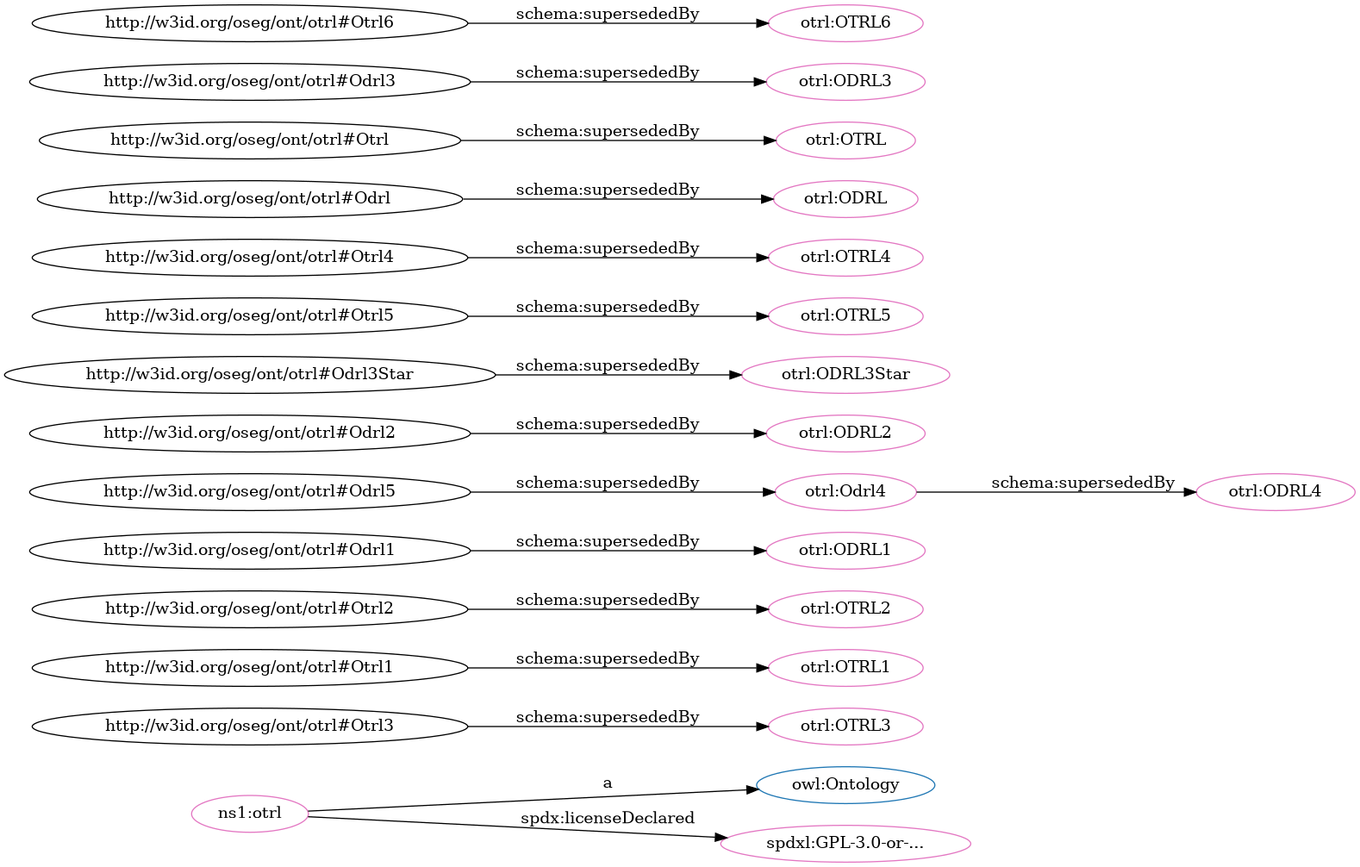
iop-alliance/OpenKnowHow keeps this Graphviz diagram as src/spec/dot_otrl_deprecated.png. Above is the earlier version. Its source is kept beside it as src/spec/dot_otrl_deprecated.dot.
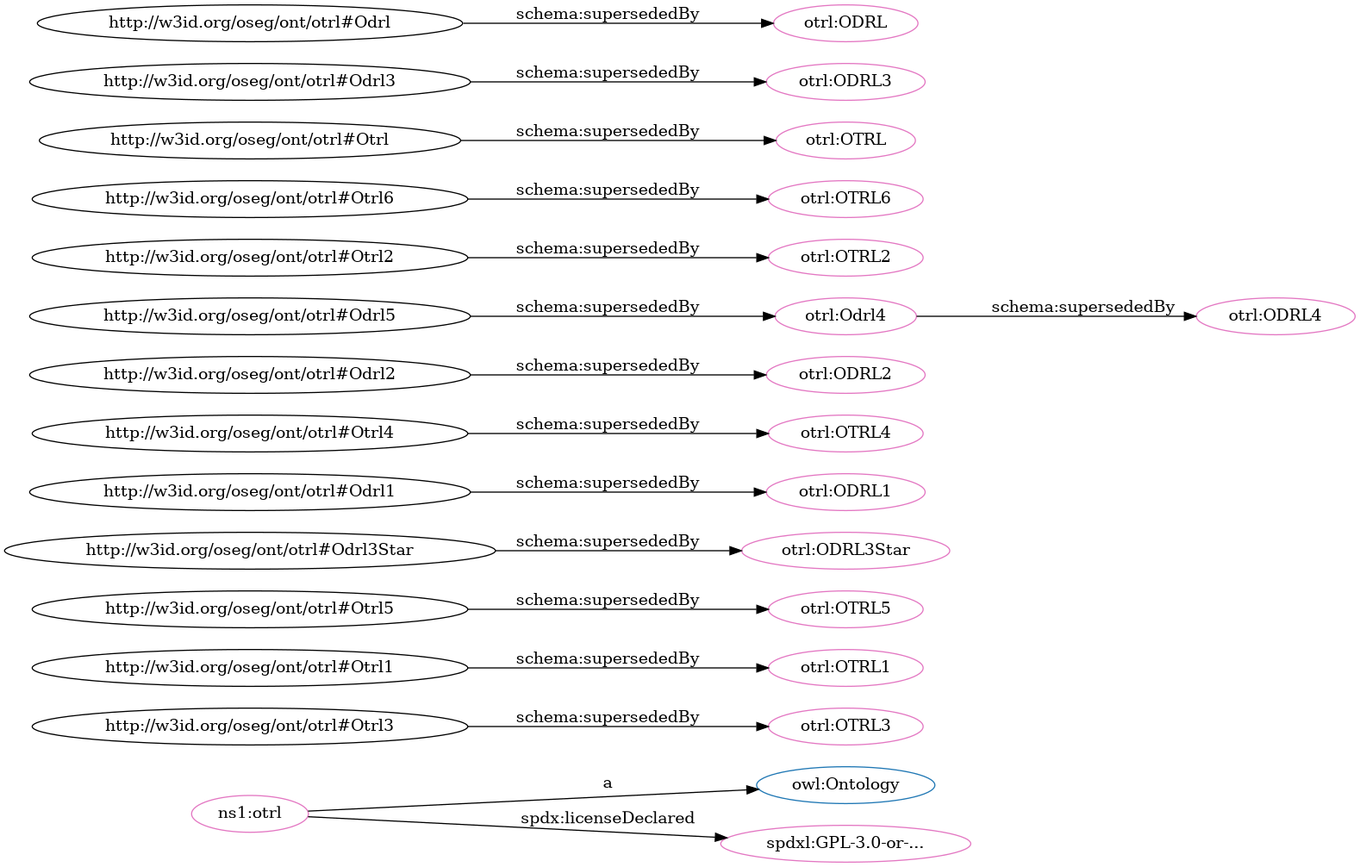
After the commit.

What changed in the source:
```diff
@@ -5,33 +5,33 @@
 "http://spdx.org/licenses/GPL-3.0-or-later" [fillcolor="#e377c2" color="#e377c2" label="spdxl:GPL-3.0-or-..."]
 "http://w3id.org/oseg/ont/otrl#OTRL3" [fillcolor="#e377c2" color="#e377c2" label="otrl:OTRL3"]
 "http://w3id.org/oseg/ont/otrl#OTRL1" [fillcolor="#e377c2" color="#e377c2" label="otrl:OTRL1"]
+"http://w3id.org/oseg/ont/otrl#OTRL5" [fillcolor="#e377c2" color="#e377c2" label="otrl:OTRL5"]
+"http://w3id.org/oseg/ont/otrl#ODRL3Star" [fillcolor="#e377c2" color="#e377c2" label="otrl:ODRL3Star"]
+"http://w3id.org/oseg/ont/otrl#ODRL1" [fillcolor="#e377c2" color="#e377c2" label="otrl:ODRL1"]
+"http://w3id.org/oseg/ont/otrl#OTRL4" [fillcolor="#e377c2" color="#e377c2" label="otrl:OTRL4"]
+"http://w3id.org/oseg/ont/otrl#ODRL2" [fillcolor="#e377c2" color="#e377c2" label="otrl:ODRL2"]
+"http://w3id.org/oseg/ont/otrl#Odrl4" [fillcolor="#e377c2" color="#e377c2" label="otrl:Odrl4"]
 "http://w3id.org/oseg/ont/otrl#OTRL2" [fillcolor="#e377c2" color="#e377c2" label="otrl:OTRL2"]
-"http://w3id.org/oseg/ont/otrl#ODRL1" [fillcolor="#e377c2" color="#e377c2" label="otrl:ODRL1"]
+"http://w3id.org/oseg/ont/otrl#OTRL6" [fillcolor="#e377c2" color="#e377c2" label="otrl:OTRL6"]
 "http://w3id.org/oseg/ont/otrl#ODRL4" [fillcolor="#e377c2" color="#e377c2" label="otrl:ODRL4"]
+"http://w3id.org/oseg/ont/otrl#OTRL" [fillcolor="#e377c2" color="#e377c2" label="otrl:OTRL"]
 "http://w3id.org/oseg/ont/otrl" [fillcolor="#e377c2" color="#e377c2" label="ns1:otrl"]
-"http://w3id.org/oseg/ont/otrl#ODRL2" [fillcolor="#e377c2" color="#e377c2" label="otrl:ODRL2"]
-"http://w3id.org/oseg/ont/otrl#ODRL3Star" [fillcolor="#e377c2" color="#e377c2" label="otrl:ODRL3Star"]
-"http://w3id.org/oseg/ont/otrl#OTRL5" [fillcolor="#e377c2" color="#e377c2" label="otrl:OTRL5"]
-"http://w3id.org/oseg/ont/otrl#OTRL4" [fillcolor="#e377c2" color="#e377c2" label="otrl:OTRL4"]
+"http://w3id.org/oseg/ont/otrl#ODRL3" [fillcolor="#e377c2" color="#e377c2" label="otrl:ODRL3"]
 "http://w3id.org/oseg/ont/otrl#ODRL" [fillcolor="#e377c2" color="#e377c2" label="otrl:ODRL"]
-"http://w3id.org/oseg/ont/otrl#Odrl4" [fillcolor="#e377c2" color="#e377c2" label="otrl:Odrl4"]
-"http://w3id.org/oseg/ont/otrl#OTRL" [fillcolor="#e377c2" color="#e377c2" label="otrl:OTRL"]
-"http://w3id.org/oseg/ont/otrl#ODRL3" [fillcolor="#e377c2" color="#e377c2" label="otrl:ODRL3"]
-"http://w3id.org/oseg/ont/otrl#OTRL6" [fillcolor="#e377c2" color="#e377c2" label="otrl:OTRL6"]
   "http://w3id.org/oseg/ont/otrl" -> "http://spdx.org/licenses/GPL-3.0-or-later" [label="spdx:licenseDeclared"]
+  "http://w3id.org/oseg/ont/otrl#Otrl1" -> "http://w3id.org/oseg/ont/otrl#OTRL1" [label="schema:supersededBy"]
+  "http://w3id.org/oseg/ont/otrl#Otrl5" -> "http://w3id.org/oseg/ont/otrl#OTRL5" [label="schema:supersededBy"]
+  "http://w3id.org/oseg/ont/otrl#Odrl3Star" -> "http://w3id.org/oseg/ont/otrl#ODRL3Star" [label="schema:supersededBy"]
+  "http://w3id.org/oseg/ont/otrl#Odrl1" -> "http://w3id.org/oseg/ont/otrl#ODRL1" [label="schema:supersededBy"]
+  "http://w3id.org/oseg/ont/otrl#Otrl4" -> "http://w3id.org/oseg/ont/otrl#OTRL4" [label="schema:supersededBy"]
+  "http://w3id.org/oseg/ont/otrl#Odrl2" -> "http://w3id.org/oseg/ont/otrl#ODRL2" [label="schema:supersededBy"]
+  "http://w3id.org/oseg/ont/otrl#Odrl5" -> "http://w3id.org/oseg/ont/otrl#Odrl4" [label="schema:supersededBy"]
+  "http://w3id.org/oseg/ont/otrl#Otrl2" -> "http://w3id.org/oseg/ont/otrl#OTRL2" [label="schema:supersededBy"]
+  "http://w3id.org/oseg/ont/otrl#Otrl6" -> "http://w3id.org/oseg/ont/otrl#OTRL6" [label="schema:supersededBy"]
+  "http://w3id.org/oseg/ont/otrl#Odrl4" -> "http://w3id.org/oseg/ont/otrl#ODRL4" [label="schema:supersededBy"]
+  "http://w3id.org/oseg/ont/otrl#Otrl" -> "http://w3id.org/oseg/ont/otrl#OTRL" [label="schema:supersededBy"]
+  "http://w3id.org/oseg/ont/otrl" -> "http://www.w3.org/2002/07/owl#Ontology" [label="a"]
+  "http://w3id.org/oseg/ont/otrl#Odrl3" -> "http://w3id.org/oseg/ont/otrl#ODRL3" [label="schema:supersededBy"]
+  "http://w3id.org/oseg/ont/otrl#Odrl" -> "http://w3id.org/oseg/ont/otrl#ODRL" [label="schema:supersededBy"]
   "http://w3id.org/oseg/ont/otrl#Otrl3" -> "http://w3id.org/oseg/ont/otrl#OTRL3" [label="schema:supersededBy"]
-  "http://w3id.org/oseg/ont/otrl#Otrl1" -> "http://w3id.org/oseg/ont/otrl#OTRL1" [label="schema:supersededBy"]
-  "http://w3id.org/oseg/ont/otrl#Otrl2" -> "http://w3id.org/oseg/ont/otrl#OTRL2" [label="schema:supersededBy"]
-  "http://w3id.org/oseg/ont/otrl#Odrl1" -> "http://w3id.org/oseg/ont/otrl#ODRL1" [label="schema:supersededBy"]
-  "http://w3id.org/oseg/ont/otrl#Odrl4" -> "http://w3id.org/oseg/ont/otrl#ODRL4" [label="schema:supersededBy"]
-  "http://w3id.org/oseg/ont/otrl" -> "http://www.w3.org/2002/07/owl#Ontology" [label="a"]
-  "http://w3id.org/oseg/ont/otrl#Odrl2" -> "http://w3id.org/oseg/ont/otrl#ODRL2" [label="schema:supersededBy"]
-  "http://w3id.org/oseg/ont/otrl#Odrl3Star" -> "http://w3id.org/oseg/ont/otrl#ODRL3Star" [label="schema:supersededBy"]
-  "http://w3id.org/oseg/ont/otrl#Otrl5" -> "http://w3id.org/oseg/ont/otrl#OTRL5" [label="schema:supersededBy"]
-  "http://w3id.org/oseg/ont/otrl#Otrl4" -> "http://w3id.org/oseg/ont/otrl#OTRL4" [label="schema:supersededBy"]
-  "http://w3id.org/oseg/ont/otrl#Odrl" -> "http://w3id.org/oseg/ont/otrl#ODRL" [label="schema:supersededBy"]
-  "http://w3id.org/oseg/ont/otrl#Odrl5" -> "http://w3id.org/oseg/ont/otrl#Odrl4" [label="schema:supersededBy"]
-  "http://w3id.org/oseg/ont/otrl#Otrl" -> "http://w3id.org/oseg/ont/otrl#OTRL" [label="schema:supersededBy"]
-  "http://w3id.org/oseg/ont/otrl#Odrl3" -> "http://w3id.org/oseg/ont/otrl#ODRL3" [label="schema:supersededBy"]
-  "http://w3id.org/oseg/ont/otrl#Otrl6" -> "http://w3id.org/oseg/ont/otrl#OTRL6" [label="schema:supersededBy"]
 }
```
